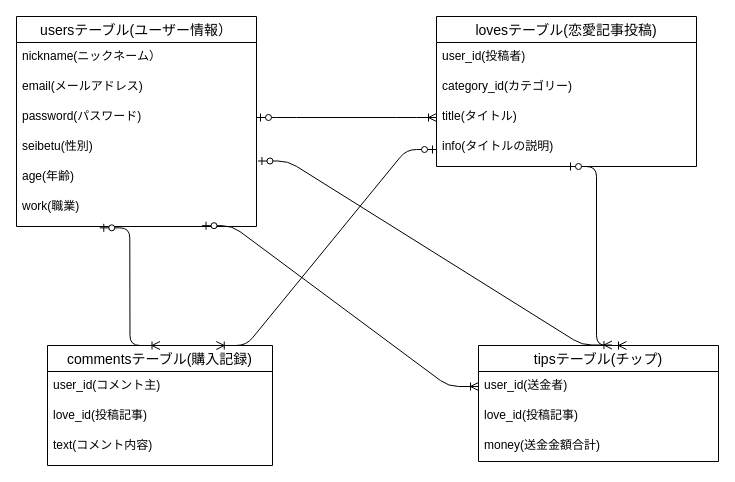
The draw.io diagram love_dating.dio in nishikawa-naonori/love-dating-33453, before the edit. Source tidied: cells renumbered, new cells numbered last; positions are measured from the earlier drawing's top-left corner, leaving out a move shared by most shapes. Both pictures are drawn from the tidied source at 100%, with x=0, y=0 at pixel (16, 16).
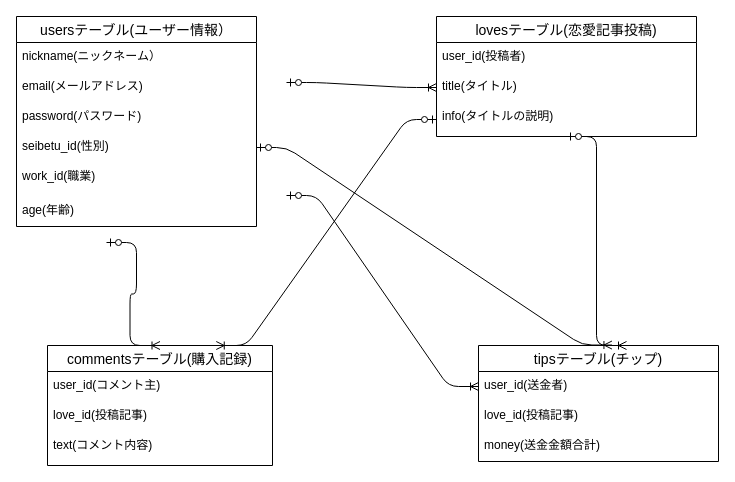
Above is the later version.

The change refers to these unchanged cells:
```xml
<mxCell id="2" value="usersテーブル(ユーザー情報）" style="swimlane;fontStyle=0;horizontal=1;startSize=26;align=center;fontSize=14;" parent="1" vertex="1">
  <mxGeometry width="240" height="210" as="geometry" />
</mxCell>
<mxCell id="5" value="password(パスワード)" style="text;strokeColor=none;fillColor=none;spacingLeft=4;spacingRight=4;overflow=hidden;points=[[0,0.5],[1,0.5]];portConstraint=eastwest;fontSize=12;" parent="2" vertex="1">
  <mxGeometry y="86" width="240" height="30" as="geometry" />
</mxCell>
<mxCell id="9" value="commentsテーブル(購入記録)" style="swimlane;fontStyle=0;horizontal=1;startSize=26;align=center;fontSize=14;" parent="1" vertex="1">
  <mxGeometry x="31" y="329" width="225" height="120" as="geometry" />
</mxCell>
<mxCell id="20" value="tipsテーブル(チップ)" style="swimlane;fontStyle=0;horizontal=1;startSize=26;align=center;fontSize=14;" parent="1" vertex="1">
  <mxGeometry x="462" y="329" width="240" height="116" as="geometry" />
</mxCell>
<mxCell id="21" value="user_id(送金者)" style="text;strokeColor=none;fillColor=none;spacingLeft=4;spacingRight=4;overflow=hidden;points=[[0,0.5],[1,0.5]];portConstraint=eastwest;fontSize=12;" parent="20" vertex="1">
  <mxGeometry y="26" width="240" height="30" as="geometry" />
</mxCell>
```

Diff of the diagram source:
```diff
@@
-    <mxCell id="6" value="seibetu(性別)" style="text;strokeColor=none;fillColor=none;spacingLeft=4;spacingRight=4;overflow=hidden;points=[[0,0.5],[1,0.5]];portConstraint=eastwest;fontSize=12;" parent="2" vertex="1">
+    <mxCell id="6" value="seibetu_id(性別)" style="text;strokeColor=none;fillColor=none;spacingLeft=4;spacingRight=4;overflow=hidden;points=[[0,0.5],[1,0.5]];portConstraint=eastwest;fontSize=12;" parent="2" vertex="1">
       <mxGeometry y="116" width="240" height="30" as="geometry" />
     </mxCell>
+    <mxCell id="8" value="work_id(職業)" style="text;strokeColor=none;fillColor=none;spacingLeft=4;spacingRight=4;overflow=hidden;points=[[0,0.5],[1,0.5]];portConstraint=eastwest;fontSize=12;" parent="2" vertex="1">
+      <mxGeometry y="146" width="240" height="34" as="geometry" />
+    </mxCell>
     <mxCell id="7" value="age(年齢)" style="text;strokeColor=none;fillColor=none;spacingLeft=4;spacingRight=4;overflow=hidden;points=[[0,0.5],[1,0.5]];portConstraint=eastwest;fontSize=12;" parent="2" vertex="1">
-      <mxGeometry y="146" width="240" height="30" as="geometry" />
+      <mxGeometry y="180" width="240" height="30" as="geometry" />
     </mxCell>
-    <mxCell id="8" value="work(職業)" style="text;strokeColor=none;fillColor=none;spacingLeft=4;spacingRight=4;overflow=hidden;points=[[0,0.5],[1,0.5]];portConstraint=eastwest;fontSize=12;" parent="2" vertex="1">
-      <mxGeometry y="176" width="240" height="34" as="geometry" />
-    </mxCell>
@@
     <mxCell id="13" value="lovesテーブル(恋愛記事投稿)" style="swimlane;fontStyle=0;horizontal=1;startSize=26;align=center;fontSize=14;" parent="1" vertex="1">
-      <mxGeometry x="420" width="260" height="150" as="geometry" />
+      <mxGeometry x="420" width="260" height="120" as="geometry" />
     </mxCell>
@@
-    <mxCell id="15" value="category_id(カテゴリー)" style="text;strokeColor=none;fillColor=none;spacingLeft=4;spacingRight=4;overflow=hidden;fontSize=12;" parent="13" vertex="1">
-      <mxGeometry y="56" width="260" height="30" as="geometry" />
-    </mxCell>
     <mxCell id="16" value="title(タイトル)" style="text;strokeColor=none;fillColor=none;spacingLeft=4;spacingRight=4;overflow=hidden;points=[[0,0.5],[1,0.5]];portConstraint=eastwest;fontSize=12;" parent="13" vertex="1">
-      <mxGeometry y="86" width="260" height="30" as="geometry" />
+      <mxGeometry y="56" width="260" height="30" as="geometry" />
     </mxCell>
     <mxCell id="17" value="info(タイトルの説明)" style="text;strokeColor=none;fillColor=none;spacingLeft=4;spacingRight=4;overflow=hidden;points=[[0,0.5],[1,0.5]];portConstraint=eastwest;fontSize=12;" parent="13" vertex="1">
-      <mxGeometry y="116" width="260" height="34" as="geometry" />
+      <mxGeometry y="86" width="260" height="34" as="geometry" />
     </mxCell>
-    <mxCell id="18" style="edgeStyle=entityRelationEdgeStyle;fontSize=12;html=1;endArrow=ERoneToMany;startArrow=ERzeroToOne;exitX=1;exitY=0.5;exitDx=0;exitDy=0;entryX=0;entryY=0.5;entryDx=0;entryDy=0;" parent="1" edge="1" source="5" target="16">
-      <mxGeometry relative="1" as="geometry" />
+    <mxCell id="18" style="edgeStyle=entityRelationEdgeStyle;fontSize=12;html=1;endArrow=ERoneToMany;startArrow=ERzeroToOne;entryX=0;entryY=0.5;entryDx=0;entryDy=0;" parent="1" edge="1" target="16">
+      <mxGeometry relative="1" as="geometry">
+        <mxPoint x="270" y="66" as="sourcePoint" />
+      </mxGeometry>
     </mxCell>
-    <mxCell id="19" style="edgeStyle=entityRelationEdgeStyle;fontSize=12;html=1;endArrow=ERoneToMany;startArrow=ERzeroToOne;entryX=0.5;entryY=0;entryDx=0;entryDy=0;exitX=0.347;exitY=1.039;exitDx=0;exitDy=0;exitPerimeter=0;" parent="1" edge="1" source="8" target="9">
-      <mxGeometry relative="1" as="geometry" />
+    <mxCell id="19" style="edgeStyle=entityRelationEdgeStyle;fontSize=12;html=1;endArrow=ERoneToMany;startArrow=ERzeroToOne;entryX=0.5;entryY=0;entryDx=0;entryDy=0;" parent="1" edge="1" target="9">
+      <mxGeometry relative="1" as="geometry">
+        <mxPoint x="90" y="226" as="sourcePoint" />
+      </mxGeometry>
     </mxCell>
@@
-    <mxCell id="25" style="edgeStyle=entityRelationEdgeStyle;fontSize=12;html=1;endArrow=ERoneToMany;startArrow=ERzeroToOne;exitX=1.006;exitY=-0.05;exitDx=0;exitDy=0;exitPerimeter=0;entryX=0.556;entryY=-0.004;entryDx=0;entryDy=0;entryPerimeter=0;" parent="1" edge="1" source="7" target="20">
+    <mxCell id="25" style="edgeStyle=entityRelationEdgeStyle;fontSize=12;html=1;endArrow=ERoneToMany;startArrow=ERzeroToOne;exitX=1;exitY=0.5;exitDx=0;exitDy=0;entryX=0.556;entryY=-0.004;entryDx=0;entryDy=0;entryPerimeter=0;" parent="1" edge="1" source="6" target="20">
       <mxGeometry relative="1" as="geometry" />
     </mxCell>
@@
-    <mxCell id="27" style="edgeStyle=entityRelationEdgeStyle;fontSize=12;html=1;endArrow=ERoneToMany;startArrow=ERzeroToOne;entryX=0;entryY=0.5;entryDx=0;entryDy=0;exitX=0.773;exitY=0.976;exitDx=0;exitDy=0;exitPerimeter=0;" parent="1" edge="1" source="8" target="21">
-      <mxGeometry relative="1" as="geometry" />
+    <mxCell id="27" style="edgeStyle=entityRelationEdgeStyle;fontSize=12;html=1;endArrow=ERoneToMany;startArrow=ERzeroToOne;entryX=0;entryY=0.5;entryDx=0;entryDy=0;" parent="1" edge="1" target="21">
+      <mxGeometry relative="1" as="geometry">
+        <mxPoint x="270" y="179" as="sourcePoint" />
+      </mxGeometry>
     </mxCell>
```
